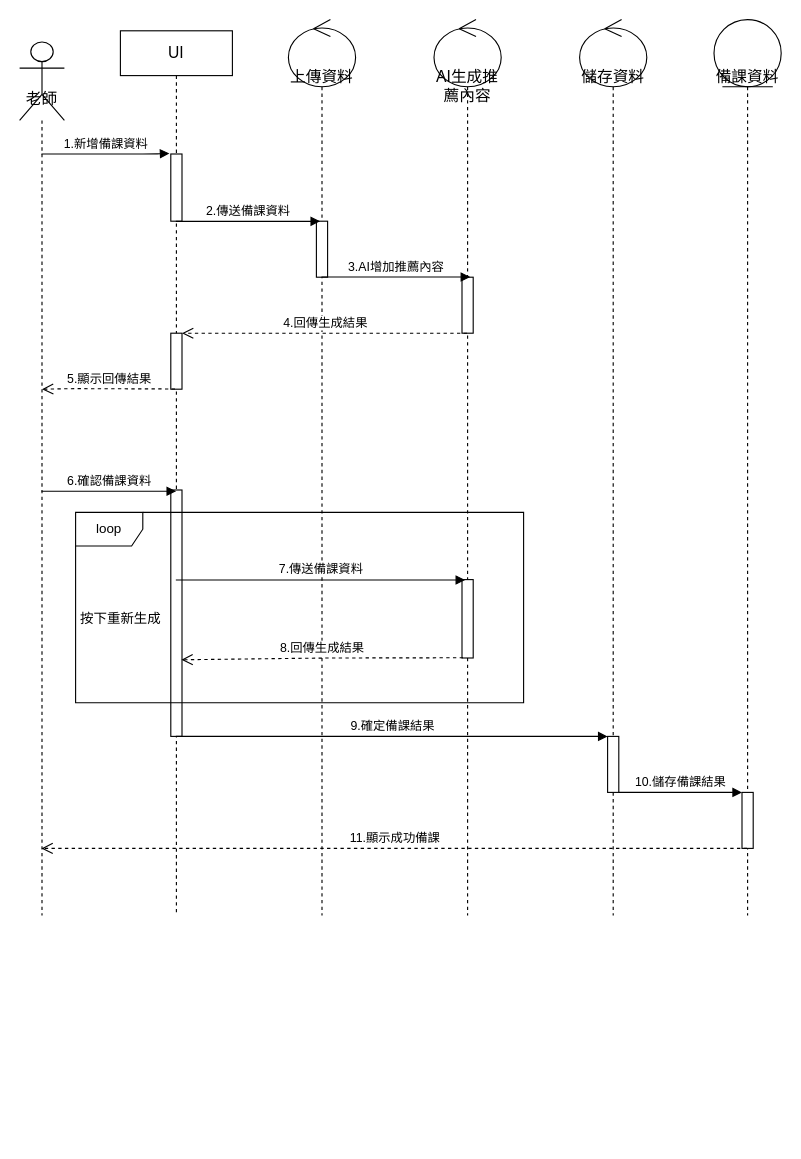
The draw.io diagram AC循序圖(建立備課資料並修改建議資料).drawio in Kevincheng0804/System-analysis, before the edit. Source tidied: cells renumbered, new cells numbered last; positions are measured from the earlier drawing's top-left corner, leaving out a move shared by most shapes. Both pictures are drawn from the tidied source at 112%, with x=0, y=0 at pixel (19, 19).
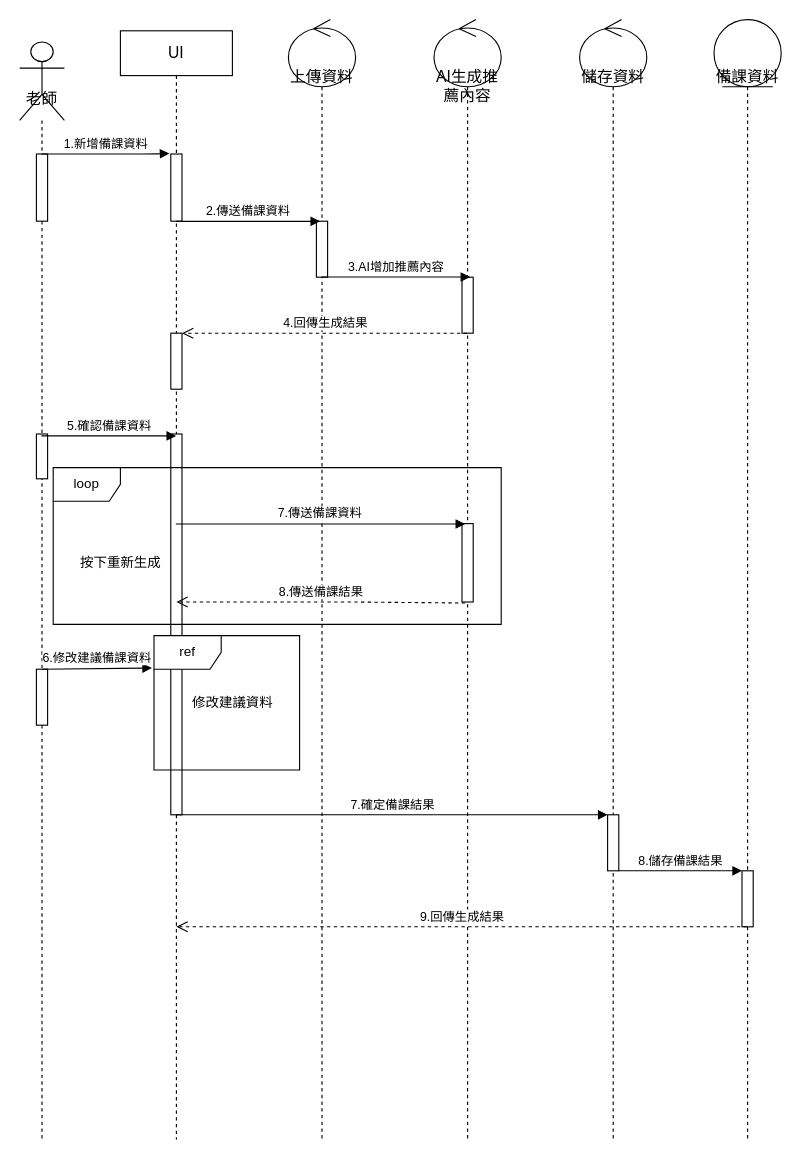
The same diagram, later.

The change refers to these unchanged cells:
```xml
<mxCell id="5" style="html=1;points=[];perimeter=orthogonalPerimeter;" parent="3" vertex="1">
  <mxGeometry x="45" y="270" width="10" height="50" as="geometry" />
</mxCell>
```

What changed in the source:
```diff
@@
     <mxCell id="2" value="&lt;font style=&quot;font-size: 14px;&quot;&gt;老師&lt;/font&gt;" style="shape=umlLifeline;participant=umlActor;perimeter=lifelinePerimeter;whiteSpace=wrap;html=1;verticalAlign=top;spacingTop=36;outlineConnect=0;size=70;" parent="1" vertex="1">
-      <mxGeometry y="20" width="40" height="780" as="geometry" />
+      <mxGeometry y="20" width="40" height="980" as="geometry" />
     </mxCell>
+    <mxCell id="29" style="html=1;perimeter=orthogonalPerimeter;" parent="2" vertex="1">
+      <mxGeometry x="15" y="100" width="10" height="60" as="geometry" />
+    </mxCell>
+    <mxCell id="30" style="html=1;perimeter=orthogonalPerimeter;" parent="2" vertex="1">
+      <mxGeometry x="15" y="350" width="10" height="40" as="geometry" />
+    </mxCell>
+    <mxCell id="31" style="html=1;points=[];perimeter=orthogonalPerimeter;" parent="2" vertex="1">
+      <mxGeometry x="15" y="560" width="10" height="50" as="geometry" />
+    </mxCell>
     <mxCell id="3" value="UI" style="shape=umlLifeline;perimeter=lifelinePerimeter;whiteSpace=wrap;html=1;outlineConnect=0;fontSize=14;" parent="1" vertex="1">
-      <mxGeometry x="90" y="10" width="100" height="790" as="geometry" />
+      <mxGeometry x="90" y="10" width="100" height="990" as="geometry" />
     </mxCell>
@@
     <mxCell id="6" style="html=1;points=[];perimeter=orthogonalPerimeter;" parent="3" vertex="1">
-      <mxGeometry x="45" y="410" width="10" height="220" as="geometry" />
+      <mxGeometry x="45" y="360" width="10" height="340" as="geometry" />
     </mxCell>
     <mxCell id="7" value="上傳資料" style="shape=umlLifeline;participant=umlControl;perimeter=lifelinePerimeter;whiteSpace=wrap;html=1;verticalAlign=top;spacingTop=36;outlineConnect=0;fontSize=14;size=60;align=center;" parent="1" vertex="1">
-      <mxGeometry x="240" width="60" height="800" as="geometry" />
+      <mxGeometry x="240" width="60" height="1000" as="geometry" />
     </mxCell>
@@
     <mxCell id="9" value="AI生成推薦內容" style="shape=umlLifeline;participant=umlControl;perimeter=lifelinePerimeter;whiteSpace=wrap;html=1;verticalAlign=top;spacingTop=36;outlineConnect=0;fontSize=14;size=60;align=center;" parent="1" vertex="1">
-      <mxGeometry x="370" width="60" height="800" as="geometry" />
+      <mxGeometry x="370" width="60" height="1000" as="geometry" />
     </mxCell>
@@
     <mxCell id="11" style="html=1;points=[];perimeter=orthogonalPerimeter;" parent="9" vertex="1">
-      <mxGeometry x="25" y="500" width="10" height="70" as="geometry" />
+      <mxGeometry x="25" y="450" width="10" height="70" as="geometry" />
     </mxCell>
     <mxCell id="12" value="儲存資料" style="shape=umlLifeline;participant=umlControl;perimeter=lifelinePerimeter;whiteSpace=wrap;html=1;verticalAlign=top;spacingTop=36;fontSize=14;size=60;align=center;" parent="1" vertex="1">
-      <mxGeometry x="500" width="60" height="800" as="geometry" />
+      <mxGeometry x="500" width="60" height="1000" as="geometry" />
     </mxCell>
     <mxCell id="13" style="html=1;points=[];perimeter=orthogonalPerimeter;" parent="12" vertex="1">
-      <mxGeometry x="25" y="640" width="10" height="50" as="geometry" />
+      <mxGeometry x="25" y="710" width="10" height="50" as="geometry" />
     </mxCell>
     <mxCell id="14" value="備課資料" style="shape=umlLifeline;participant=umlEntity;perimeter=lifelinePerimeter;whiteSpace=wrap;html=1;verticalAlign=top;spacingTop=36;outlineConnect=0;fontSize=14;size=60;" parent="1" vertex="1">
-      <mxGeometry x="620" width="60" height="800" as="geometry" />
+      <mxGeometry x="620" width="60" height="1000" as="geometry" />
     </mxCell>
     <mxCell id="15" style="html=1;points=[];perimeter=orthogonalPerimeter;" parent="14" vertex="1">
-      <mxGeometry x="25" y="690" width="10" height="50" as="geometry" />
+      <mxGeometry x="25" y="760" width="10" height="50" as="geometry" />
     </mxCell>
@@
-    <mxCell id="20" value="5.顯示回傳結果" style="html=1;verticalAlign=bottom;endArrow=open;dashed=1;endSize=8;exitX=0.378;exitY=0.996;exitDx=0;exitDy=0;exitPerimeter=0;" parent="1" edge="1" source="5">
-      <mxGeometry relative="1" as="geometry">
-        <mxPoint x="20" y="330" as="targetPoint" />
-        <Array as="points">
-          <mxPoint x="45" y="329.5" />
-        </Array>
-      </mxGeometry>
-    </mxCell>
-    <mxCell id="21" value="6.確認備課資料" style="html=1;verticalAlign=bottom;startArrow=none;startFill=0;endArrow=block;startSize=8;entryX=0.473;entryY=0.005;entryDx=0;entryDy=0;entryPerimeter=0;" parent="1" edge="1" source="2" target="6">
-      <mxGeometry relative="1" as="geometry" />
+    <mxCell id="21" value="5.確認備課資料" style="html=1;verticalAlign=bottom;startArrow=none;startFill=0;endArrow=block;startSize=8;entryX=0.473;entryY=0.005;entryDx=0;entryDy=0;entryPerimeter=0;" parent="1" edge="1" target="6">
+      <mxGeometry relative="1" as="geometry">
+        <mxPoint x="19.5" y="371.7" as="sourcePoint" />
+      </mxGeometry>
     </mxCell>
-    <mxCell id="22" value="7.傳送備課資料" style="html=1;verticalAlign=bottom;startArrow=none;startFill=0;endArrow=block;startSize=8;entryX=0.283;entryY=0.005;entryDx=0;entryDy=0;entryPerimeter=0;" parent="1" edge="1" source="3" target="11">
-      <mxGeometry relative="1" as="geometry" />
+    <mxCell id="22" value="7.傳送備課資料" style="html=1;verticalAlign=bottom;startArrow=none;startFill=0;endArrow=block;startSize=8;entryX=0.283;entryY=0.005;entryDx=0;entryDy=0;entryPerimeter=0;" parent="1" edge="1" target="11">
+      <mxGeometry relative="1" as="geometry">
+        <mxPoint x="139.5" y="450.3" as="sourcePoint" />
+      </mxGeometry>
     </mxCell>
     <mxCell id="23" value="loop" style="shape=umlFrame;whiteSpace=wrap;html=1;" parent="1" vertex="1">
-      <mxGeometry x="50" y="440" width="400" height="170" as="geometry" />
+      <mxGeometry x="30" y="400" width="400" height="140" as="geometry" />
     </mxCell>
-    <mxCell id="24" value="8.回傳生成結果" style="html=1;verticalAlign=bottom;endArrow=open;dashed=1;endSize=8;exitX=0.092;exitY=0.997;exitDx=0;exitDy=0;exitPerimeter=0;entryX=0.949;entryY=0.689;entryDx=0;entryDy=0;entryPerimeter=0;" parent="1" edge="1" source="11" target="6">
-      <mxGeometry relative="1" as="geometry">
-        <Array as="points">
-          <mxPoint x="275" y="570" />
-        </Array>
-      </mxGeometry>
-    </mxCell>
     <mxCell id="25" value="按下重新生成" style="text;html=1;align=center;verticalAlign=middle;strokeColor=none;fillColor=none;" parent="1" vertex="1">
-      <mxGeometry x="40" y="520" width="100" height="30" as="geometry" />
+      <mxGeometry x="40" y="470" width="100" height="30" as="geometry" />
     </mxCell>
-    <mxCell id="26" value="9.確定備課結果" style="html=1;verticalAlign=bottom;startArrow=none;startFill=0;endArrow=block;startSize=8;" parent="1" edge="1" source="3" target="13">
-      <mxGeometry relative="1" as="geometry" />
+    <mxCell id="26" value="7.確定備課結果" style="html=1;verticalAlign=bottom;startArrow=none;startFill=0;endArrow=block;startSize=8;" parent="1" edge="1" target="13">
+      <mxGeometry relative="1" as="geometry">
+        <mxPoint x="139.5" y="710" as="sourcePoint" />
+      </mxGeometry>
     </mxCell>
-    <mxCell id="27" value="10.儲存備課結果" style="html=1;verticalAlign=bottom;startArrow=none;startFill=0;endArrow=block;startSize=8;" parent="1" edge="1" source="13" target="15">
+    <mxCell id="27" value="8.儲存備課結果" style="html=1;verticalAlign=bottom;startArrow=none;startFill=0;endArrow=block;startSize=8;" parent="1" edge="1" source="13" target="15">
       <mxGeometry relative="1" as="geometry" />
     </mxCell>
-    <mxCell id="28" value="11.顯示成功備課" style="html=1;verticalAlign=bottom;endArrow=open;dashed=1;endSize=8;" parent="1" edge="1" source="14" target="2">
-      <mxGeometry relative="1" as="geometry">
-        <Array as="points">
-          <mxPoint x="535" y="740" />
-        </Array>
-      </mxGeometry>
-    </mxCell>
+    <mxCell id="32" value="8.傳送備課結果" style="html=1;verticalAlign=bottom;endArrow=open;dashed=1;endSize=8;exitX=0.283;exitY=1.013;exitDx=0;exitDy=0;exitPerimeter=0;" parent="1" edge="1" source="11">
+      <mxGeometry relative="1" as="geometry">
+        <mxPoint x="140" y="520" as="targetPoint" />
+        <Array as="points">
+          <mxPoint x="297.8" y="520" />
+        </Array>
+      </mxGeometry>
+    </mxCell>
+    <mxCell id="33" value="9.回傳生成結果" style="html=1;verticalAlign=bottom;endArrow=open;dashed=1;endSize=8;" parent="1" edge="1">
+      <mxGeometry relative="1" as="geometry">
+        <mxPoint x="649.5" y="810" as="sourcePoint" />
+        <mxPoint x="140" y="810" as="targetPoint" />
+        <Array as="points">
+          <mxPoint x="495" y="810" />
+        </Array>
+      </mxGeometry>
+    </mxCell>
+    <mxCell id="34" value="ref" style="shape=umlFrame;whiteSpace=wrap;html=1;" parent="1" vertex="1">
+      <mxGeometry x="120" y="550" width="130" height="120" as="geometry" />
+    </mxCell>
+    <mxCell id="35" value="6.修改建議備課資料" style="html=1;verticalAlign=bottom;startArrow=none;startFill=0;endArrow=block;startSize=8;exitX=0.5;exitY=0;exitDx=0;exitDy=0;exitPerimeter=0;entryX=-0.014;entryY=0.241;entryDx=0;entryDy=0;entryPerimeter=0;" parent="1" edge="1" source="31" target="34">
+      <mxGeometry relative="1" as="geometry" />
+    </mxCell>
+    <mxCell id="36" value="修改建議資料" style="text;html=1;align=center;verticalAlign=middle;strokeColor=none;fillColor=none;" parent="1" vertex="1">
+      <mxGeometry x="140" y="595" width="100" height="30" as="geometry" />
+    </mxCell>
```
